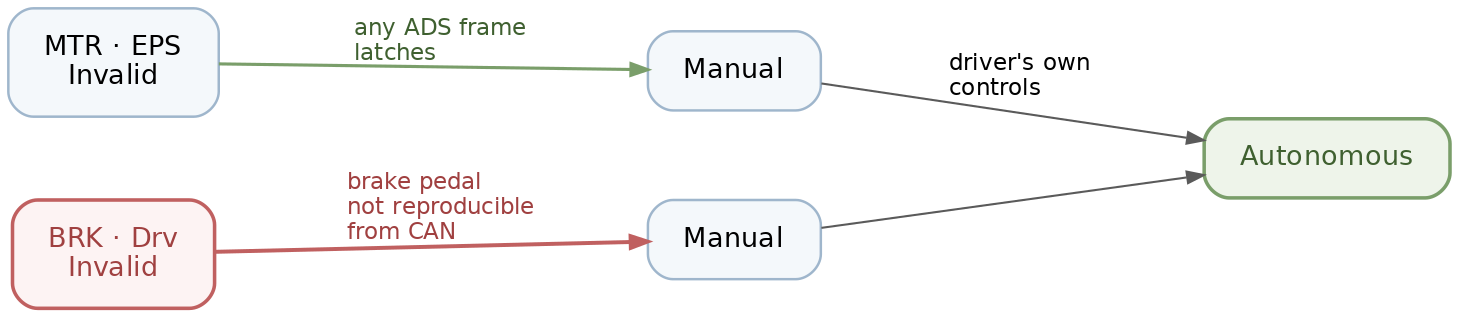
The Graphviz diagram docs/reports/assets/vcu_states.png in NEWSLabNTU/2026-golf-cart, before a commit. Its source is kept beside it as docs/reports/assets/vcu_states.dot. The source it was exported from:
```dot
digraph vcu {
  rankdir=LR; bgcolor="white"; nodesep=0.55; ranksep=1.5;
  fontname="Helvetica";
  node [shape=box, style="rounded,filled", fontname="Helvetica", fontsize=13,
        color="#9fb6cc", fillcolor="#f4f8fb", penwidth=1.2, margin="0.24,0.16"];
  edge [fontname="Helvetica", fontsize=11, color="#5a5a5a", arrowsize=0.8];

  { rank=same;
    i1 [label="MTR · EPS\nInvalid"];
    i2 [label="BRK · Drv\nInvalid", color="#c06060", fillcolor="#fdf3f3",
        fontcolor="#a04040", penwidth=1.7];
  }
  { rank=same;
    m1 [label="Manual"];
    m2 [label="Manual"];
  }
  auto [label="Autonomous", fillcolor="#eef4ea", color="#7a9e6a",
        fontcolor="#3f6030", penwidth=1.7];

  i1 -> m1 [label="  any ADS frame\l  latches\l",
            color="#7a9e6a", fontcolor="#3f6030", penwidth=1.5];
  i2 -> m2 [label="  brake pedal\l  not reproducible\l  from CAN\l",
            color="#c06060", fontcolor="#a04040", style=bold, penwidth=1.9];
  m1 -> auto [label="  driver's own\l  controls\l"];
  m2 -> auto;
}
```
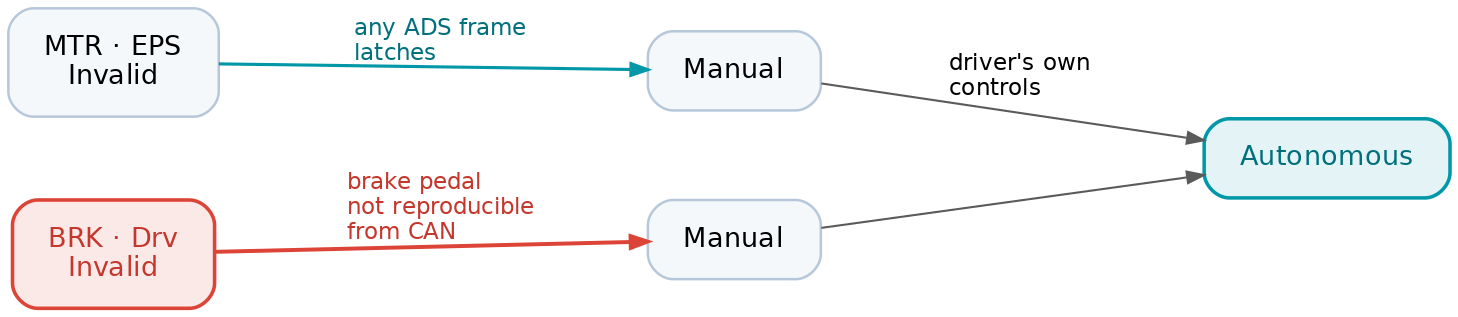
Later version of the same file.

What changed in the source:
```diff
@@ -2,25 +2,25 @@
   rankdir=LR; bgcolor="white"; nodesep=0.55; ranksep=1.5;
   fontname="Helvetica";
   node [shape=box, style="rounded,filled", fontname="Helvetica", fontsize=13,
-        color="#9fb6cc", fillcolor="#f4f8fb", penwidth=1.2, margin="0.24,0.16"];
+        color="#B7C7DA", fillcolor="#f4f8fb", penwidth=1.2, margin="0.24,0.16"];
   edge [fontname="Helvetica", fontsize=11, color="#5a5a5a", arrowsize=0.8];
 
   { rank=same;
     i1 [label="MTR · EPS\nInvalid"];
-    i2 [label="BRK · Drv\nInvalid", color="#c06060", fillcolor="#fdf3f3",
-        fontcolor="#a04040", penwidth=1.7];
+    i2 [label="BRK · Drv\nInvalid", color="#DB4437", fillcolor="#FBE9E7",
+        fontcolor="#C5372C", penwidth=1.7];
   }
   { rank=same;
     m1 [label="Manual"];
     m2 [label="Manual"];
   }
-  auto [label="Autonomous", fillcolor="#eef4ea", color="#7a9e6a",
-        fontcolor="#3f6030", penwidth=1.7];
+  auto [label="Autonomous", fillcolor="#E4F4F6", color="#0097A7",
+        fontcolor="#00707C", penwidth=1.7];
 
   i1 -> m1 [label="  any ADS frame\l  latches\l",
-            color="#7a9e6a", fontcolor="#3f6030", penwidth=1.5];
+            color="#0097A7", fontcolor="#00707C", penwidth=1.5];
   i2 -> m2 [label="  brake pedal\l  not reproducible\l  from CAN\l",
-            color="#c06060", fontcolor="#a04040", style=bold, penwidth=1.9];
+            color="#DB4437", fontcolor="#C5372C", style=bold, penwidth=1.9];
   m1 -> auto [label="  driver's own\l  controls\l"];
   m2 -> auto;
 }
```
